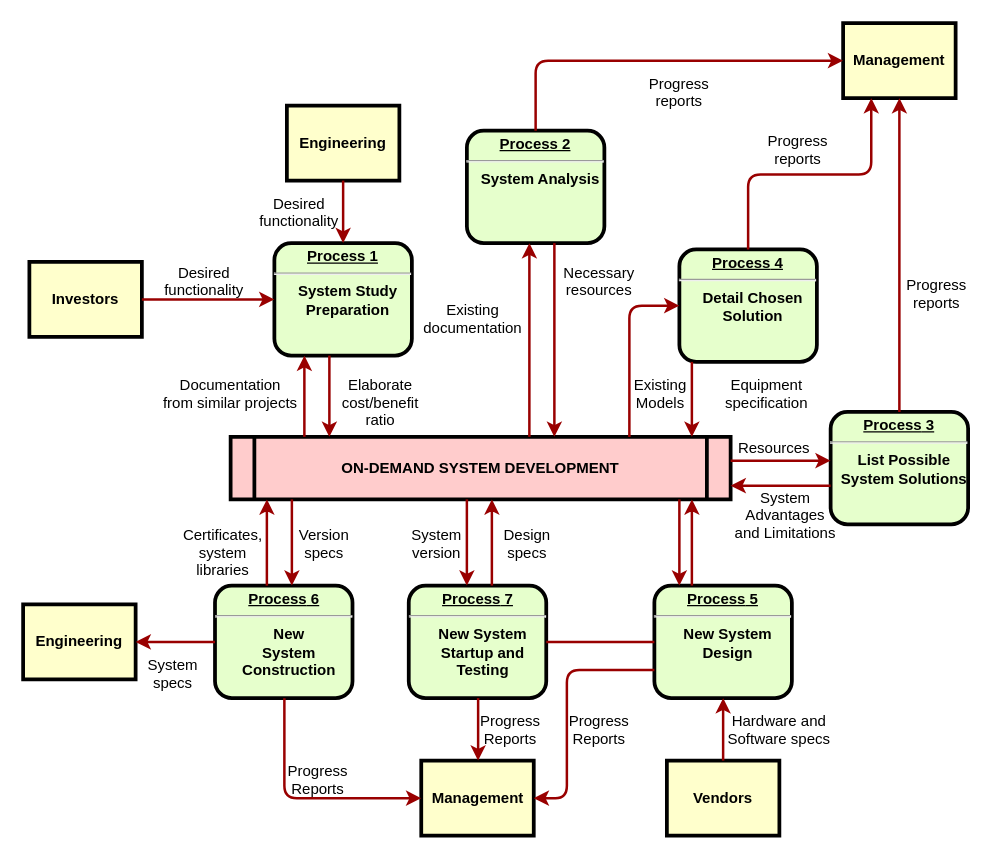
Earlier version of the draw.io diagram AI流程.drawio (kelly1117ws/DatabaseProject). Source tidied: cells renumbered, new cells numbered last; positions are measured from the earlier drawing's top-left corner, leaving out a move shared by most shapes. Both pictures are drawn from the tidied source at 125%, with x=0, y=0 at pixel (22, 22).
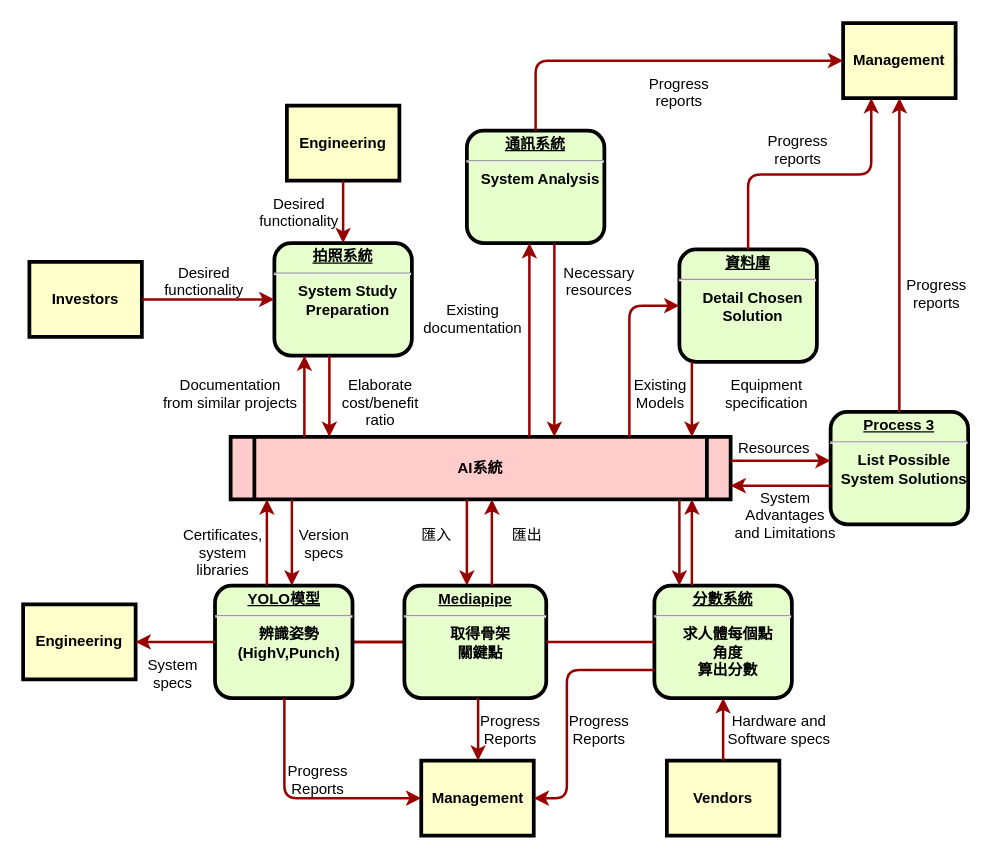
After the change.

Diff of the diagram source:
```diff
@@
-    <mxCell id="2" value="&lt;p style=&quot;margin: 0px; margin-top: 4px; text-align: center; text-decoration: underline;&quot;&gt;&lt;strong&gt;Process 1&lt;br /&gt;&lt;/strong&gt;&lt;/p&gt;&lt;hr /&gt;&lt;p style=&quot;margin: 0px; margin-left: 8px;&quot;&gt;System Study&lt;/p&gt;&lt;p style=&quot;margin: 0px; margin-left: 8px;&quot;&gt;Preparation&lt;/p&gt;" style="verticalAlign=middle;align=center;overflow=fill;fontSize=12;fontFamily=Helvetica;html=1;rounded=1;fontStyle=1;strokeWidth=3;fillColor=#E6FFCC;" parent="1" vertex="1">
+    <mxCell id="2" value="&lt;p style=&quot;margin: 0px; margin-top: 4px; text-align: center; text-decoration: underline;&quot;&gt;&lt;strong&gt;拍照系統&lt;/strong&gt;&lt;/p&gt;&lt;hr&gt;&lt;p style=&quot;margin: 0px; margin-left: 8px;&quot;&gt;System Study&lt;/p&gt;&lt;p style=&quot;margin: 0px; margin-left: 8px;&quot;&gt;Preparation&lt;/p&gt;" style="verticalAlign=middle;align=center;overflow=fill;fontSize=12;fontFamily=Helvetica;html=1;rounded=1;fontStyle=1;strokeWidth=3;fillColor=#E6FFCC;" parent="1" vertex="1">
       <mxGeometry x="201" y="176" width="110" height="90" as="geometry" />
     </mxCell>
@@
-    <mxCell id="5" value="ON-DEMAND SYSTEM DEVELOPMENT" style="shape=process;whiteSpace=wrap;align=center;verticalAlign=middle;size=0.0475;fontStyle=1;strokeWidth=3;fillColor=#FFCCCC;" parent="1" vertex="1">
+    <mxCell id="5" value="AI系統" style="shape=process;whiteSpace=wrap;align=center;verticalAlign=middle;size=0.0475;fontStyle=1;strokeWidth=3;fillColor=#FFCCCC;" parent="1" vertex="1">
       <mxGeometry x="166" y="331" width="400" height="50" as="geometry" />
     </mxCell>
-    <mxCell id="6" value="&lt;p style=&quot;margin: 0px; margin-top: 4px; text-align: center; text-decoration: underline;&quot;&gt;&lt;strong&gt;Process 2&lt;br /&gt;&lt;/strong&gt;&lt;/p&gt;&lt;hr /&gt;&lt;p style=&quot;margin: 0px; margin-left: 8px;&quot;&gt;System Analysis&lt;/p&gt;" style="verticalAlign=middle;align=center;overflow=fill;fontSize=12;fontFamily=Helvetica;html=1;rounded=1;fontStyle=1;strokeWidth=3;fillColor=#E6FFCC;" parent="1" vertex="1">
+    <mxCell id="6" value="&lt;p style=&quot;margin: 0px; margin-top: 4px; text-align: center; text-decoration: underline;&quot;&gt;&lt;strong&gt;通訊系統&lt;/strong&gt;&lt;/p&gt;&lt;hr&gt;&lt;p style=&quot;margin: 0px; margin-left: 8px;&quot;&gt;System Analysis&lt;/p&gt;" style="verticalAlign=middle;align=center;overflow=fill;fontSize=12;fontFamily=Helvetica;html=1;rounded=1;fontStyle=1;strokeWidth=3;fillColor=#E6FFCC;" parent="1" vertex="1">
       <mxGeometry x="355" y="86" width="110" height="90" as="geometry" />
     </mxCell>
@@
-    <mxCell id="8" value="&lt;p style=&quot;margin: 0px; margin-top: 4px; text-align: center; text-decoration: underline;&quot;&gt;&lt;strong&gt;&lt;strong&gt;Process&lt;/strong&gt; 4&lt;br /&gt;&lt;/strong&gt;&lt;/p&gt;&lt;hr /&gt;&lt;p style=&quot;margin: 0px; margin-left: 8px;&quot;&gt;Detail Chosen&lt;/p&gt;&lt;p style=&quot;margin: 0px; margin-left: 8px;&quot;&gt;Solution&lt;/p&gt;" style="verticalAlign=middle;align=center;overflow=fill;fontSize=12;fontFamily=Helvetica;html=1;rounded=1;fontStyle=1;strokeWidth=3;fillColor=#E6FFCC;" parent="1" vertex="1">
+    <mxCell id="8" value="&lt;p style=&quot;margin: 0px; margin-top: 4px; text-align: center; text-decoration: underline;&quot;&gt;資料庫&lt;/p&gt;&lt;hr&gt;&lt;p style=&quot;margin: 0px; margin-left: 8px;&quot;&gt;Detail Chosen&lt;/p&gt;&lt;p style=&quot;margin: 0px; margin-left: 8px;&quot;&gt;Solution&lt;/p&gt;" style="verticalAlign=middle;align=center;overflow=fill;fontSize=12;fontFamily=Helvetica;html=1;rounded=1;fontStyle=1;strokeWidth=3;fillColor=#E6FFCC;" parent="1" vertex="1">
       <mxGeometry x="525" y="181" width="110" height="90" as="geometry" />
     </mxCell>
-    <mxCell id="9" value="&lt;p style=&quot;margin: 0px; margin-top: 4px; text-align: center; text-decoration: underline;&quot;&gt;&lt;strong&gt;&lt;strong&gt;Process&lt;/strong&gt; 5&lt;br /&gt;&lt;/strong&gt;&lt;/p&gt;&lt;hr /&gt;&lt;p style=&quot;margin: 0px; margin-left: 8px;&quot;&gt;New System&lt;/p&gt;&lt;p style=&quot;margin: 0px; margin-left: 8px;&quot;&gt;Design&lt;/p&gt;" style="verticalAlign=middle;align=center;overflow=fill;fontSize=12;fontFamily=Helvetica;html=1;rounded=1;fontStyle=1;strokeWidth=3;fillColor=#E6FFCC;" parent="1" vertex="1">
+    <mxCell id="9" value="&lt;p style=&quot;margin: 0px; margin-top: 4px; text-align: center; text-decoration: underline;&quot;&gt;分數系統&lt;/p&gt;&lt;hr&gt;&lt;p style=&quot;margin: 0px; margin-left: 8px;&quot;&gt;求人體每個點&lt;/p&gt;&lt;p style=&quot;margin: 0px; margin-left: 8px;&quot;&gt;角度&lt;/p&gt;&lt;p style=&quot;margin: 0px; margin-left: 8px;&quot;&gt;算出分數&lt;/p&gt;" style="verticalAlign=middle;align=center;overflow=fill;fontSize=12;fontFamily=Helvetica;html=1;rounded=1;fontStyle=1;strokeWidth=3;fillColor=#E6FFCC;" parent="1" vertex="1">
       <mxGeometry x="505" y="450" width="110" height="90" as="geometry" />
     </mxCell>
+    <mxCell id="63" style="edgeStyle=orthogonalEdgeStyle;rounded=0;jettySize=auto;html=1;endArrow=none;endFill=0;fillColor=#a20025;strokeColor=#6F0000;strokeWidth=2;" parent="1" edge="1" source="10" target="17">
+      <mxGeometry relative="1" as="geometry" />
+    </mxCell>
+    <mxCell id="64" style="edgeStyle=orthogonalEdgeStyle;rounded=0;jettySize=auto;html=1;strokeWidth=2;endArrow=none;endFill=0;strokeColor=#990000;" parent="1" edge="1" source="10" target="17">
+      <mxGeometry relative="1" as="geometry" />
+    </mxCell>
-    <mxCell id="10" value="&lt;p style=&quot;margin: 0px; margin-top: 4px; text-align: center; text-decoration: underline;&quot;&gt;&lt;strong&gt;&lt;strong&gt;Process&lt;/strong&gt; 6&lt;br /&gt;&lt;/strong&gt;&lt;/p&gt;&lt;hr /&gt;&lt;p style=&quot;margin: 0px; margin-left: 8px;&quot;&gt;New&lt;/p&gt;&lt;p style=&quot;margin: 0px; margin-left: 8px;&quot;&gt;System&lt;/p&gt;&lt;p style=&quot;margin: 0px; margin-left: 8px;&quot;&gt;Construction&lt;/p&gt;" style="verticalAlign=middle;align=center;overflow=fill;fontSize=12;fontFamily=Helvetica;html=1;rounded=1;fontStyle=1;strokeWidth=3;fillColor=#E6FFCC;" parent="1" vertex="1">
+    <mxCell id="10" value="&lt;p style=&quot;margin: 0px; margin-top: 4px; text-align: center; text-decoration: underline;&quot;&gt;&lt;strong&gt;YOLO模型&lt;/strong&gt;&lt;/p&gt;&lt;hr&gt;&lt;p style=&quot;margin: 0px; margin-left: 8px;&quot;&gt;辨識&lt;span style=&quot;background-color: initial;&quot;&gt;姿勢&lt;/span&gt;&lt;/p&gt;&lt;p style=&quot;margin: 0px; margin-left: 8px;&quot;&gt;(HighV,Punch)&lt;/p&gt;" style="verticalAlign=middle;align=center;overflow=fill;fontSize=12;fontFamily=Helvetica;html=1;rounded=1;fontStyle=1;strokeWidth=3;fillColor=#E6FFCC;" parent="1" vertex="1">
       <mxGeometry x="153.5" y="450" width="110" height="90" as="geometry" />
     </mxCell>
@@
-    <mxCell id="17" value="&lt;p style=&quot;margin: 0px; margin-top: 4px; text-align: center; text-decoration: underline;&quot;&gt;&lt;strong&gt;&lt;strong&gt;Process&lt;/strong&gt; 7&lt;br /&gt;&lt;/strong&gt;&lt;/p&gt;&lt;hr /&gt;&lt;p style=&quot;margin: 0px; margin-left: 8px;&quot;&gt;New System&lt;/p&gt;&lt;p style=&quot;margin: 0px; margin-left: 8px;&quot;&gt;Startup and&lt;/p&gt;&lt;p style=&quot;margin: 0px; margin-left: 8px;&quot;&gt;Testing&lt;/p&gt;" style="verticalAlign=middle;align=center;overflow=fill;fontSize=12;fontFamily=Helvetica;html=1;rounded=1;fontStyle=1;strokeWidth=3;fillColor=#E6FFCC;" parent="1" vertex="1">
-      <mxGeometry x="308.5" y="450" width="110" height="90" as="geometry" />
+    <mxCell id="17" value="&lt;p style=&quot;margin: 0px; margin-top: 4px; text-align: center; text-decoration: underline;&quot;&gt;Mediapipe&lt;/p&gt;&lt;hr&gt;&lt;p style=&quot;margin: 0px; margin-left: 8px;&quot;&gt;取得骨架&lt;/p&gt;&lt;p style=&quot;margin: 0px; margin-left: 8px;&quot;&gt;關鍵點&lt;/p&gt;" style="verticalAlign=middle;align=center;overflow=fill;fontSize=12;fontFamily=Helvetica;html=1;rounded=1;fontStyle=1;strokeWidth=3;fillColor=#E6FFCC;" parent="1" vertex="1">
+      <mxGeometry x="305" y="450" width="113.5" height="90" as="geometry" />
     </mxCell>
@@
-    <mxCell id="61" value="Design&#10;specs" style="text;spacingTop=-5;align=center;" parent="1" vertex="1">
+    <mxCell id="61" value="匯出" style="text;spacingTop=-5;align=center;" parent="1" vertex="1">
       <mxGeometry x="388.5" y="401" width="30" height="20" as="geometry" />
     </mxCell>
-    <mxCell id="62" value="System&#10;version" style="text;spacingTop=-5;align=center;" parent="1" vertex="1">
+    <mxCell id="62" value="匯入" style="text;spacingTop=-5;align=center;" parent="1" vertex="1">
       <mxGeometry x="316" y="401" width="30" height="20" as="geometry" />
     </mxCell>
```
